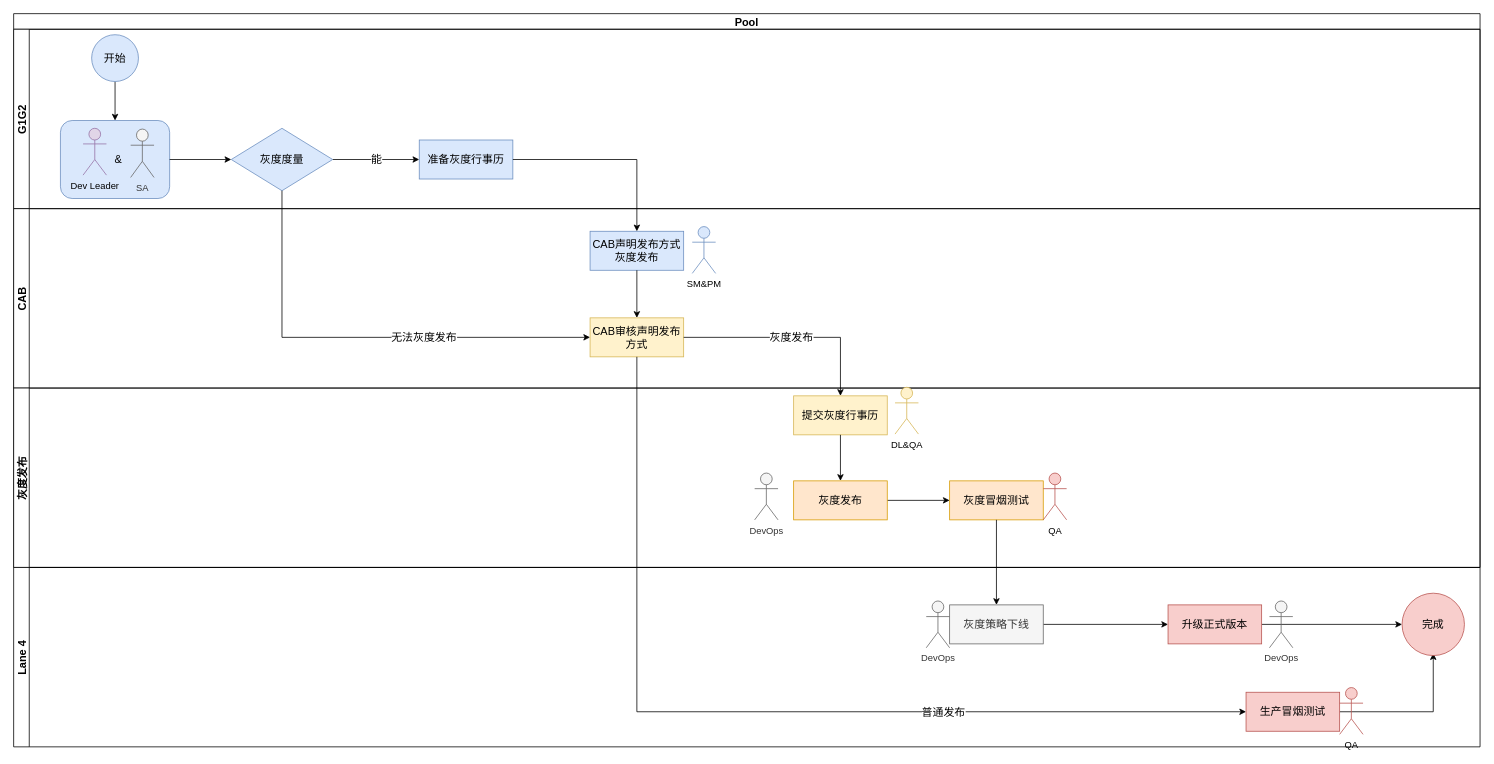
Above: 灰度发布流程.drawio in 463024907/draw.io (draw.io), before the change. Source tidied: cells renumbered, new cells numbered last; positions are measured from the earlier drawing's top-left corner, leaving out a move shared by most shapes. Both pictures are drawn from the tidied source at 78%, with x=0, y=0 at pixel (13, 13).
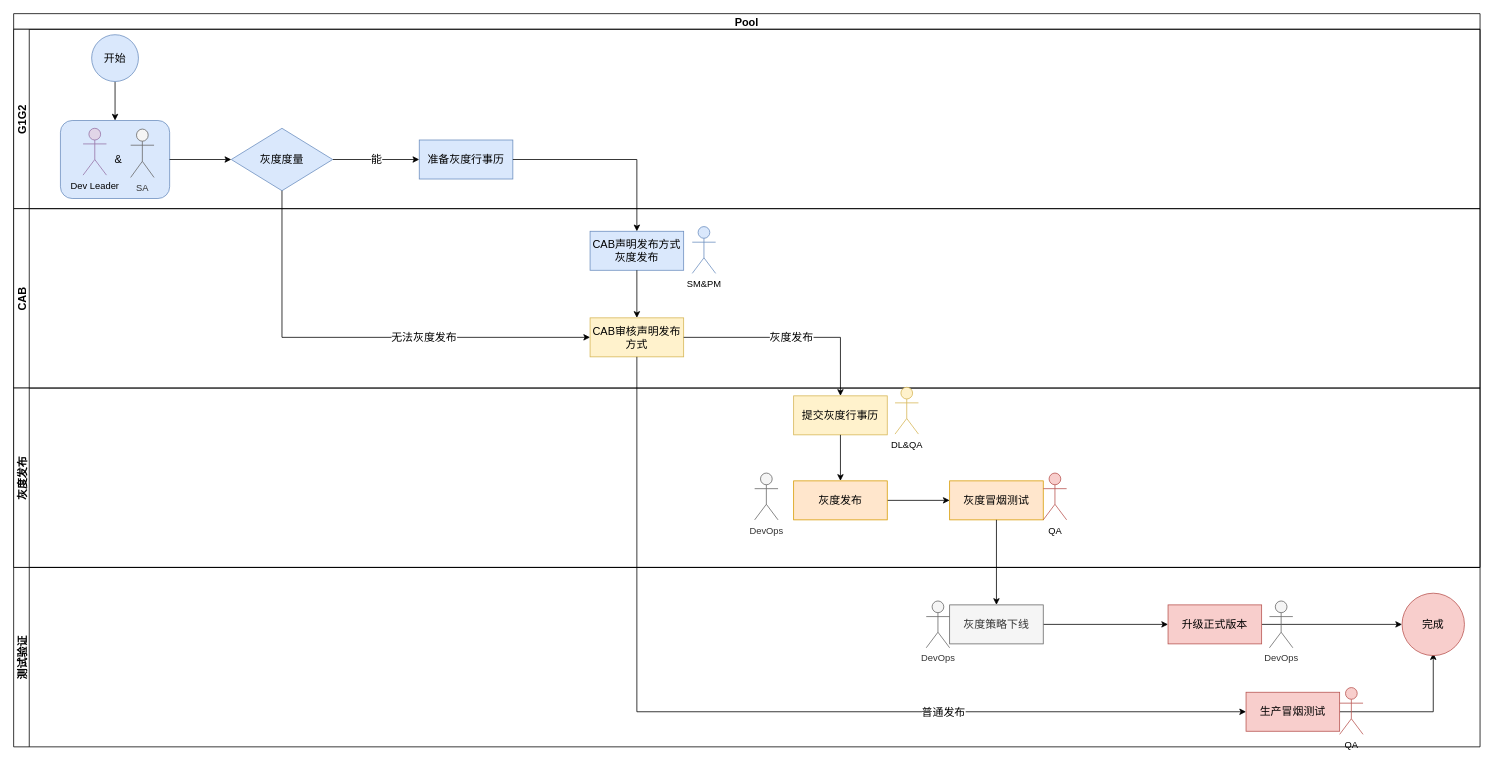
After the change.

Commit message (it also covers changes not shown here):
Update 灰度发布流程.drawio

Diff of the diagram source:
```diff
@@
-    <mxCell id="32" value="Lane 4" style="swimlane;startSize=20;horizontal=0;fontSize=14;" parent="1" vertex="1">
+    <mxCell id="32" value="测试验证" style="swimlane;startSize=20;horizontal=0;fontSize=14;" parent="1" vertex="1">
       <mxGeometry y="710" width="1880" height="230" as="geometry" />
     </mxCell>
```
